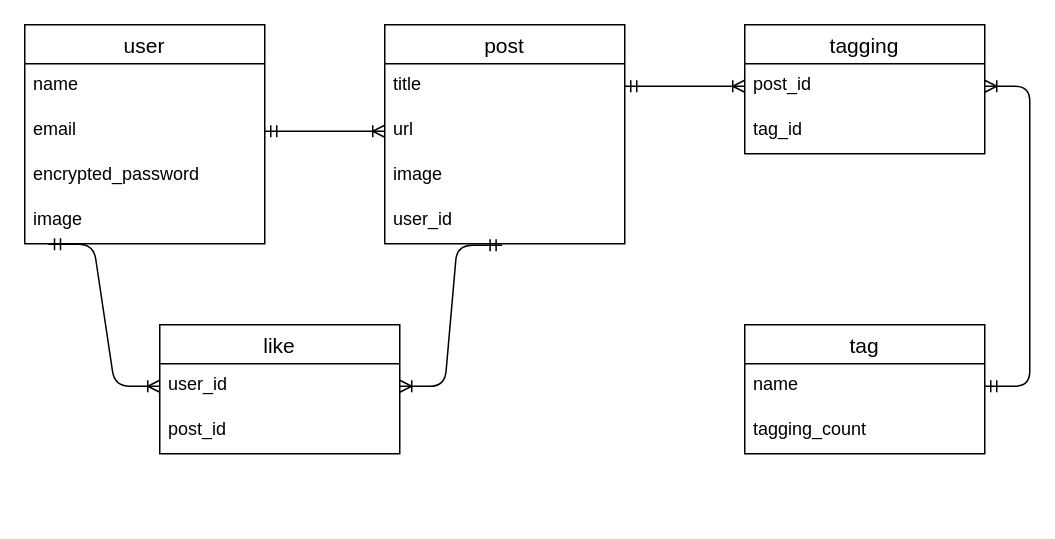
This is ER.dio from Suzun0suke/share_music, a draw.io file, before an edit. Source tidied: cells renumbered, new cells numbered last; positions are measured from the earlier drawing's top-left corner, leaving out a move shared by most shapes. Both pictures are drawn from the tidied source at 150%, with x=0, y=0 at pixel (24, 24).
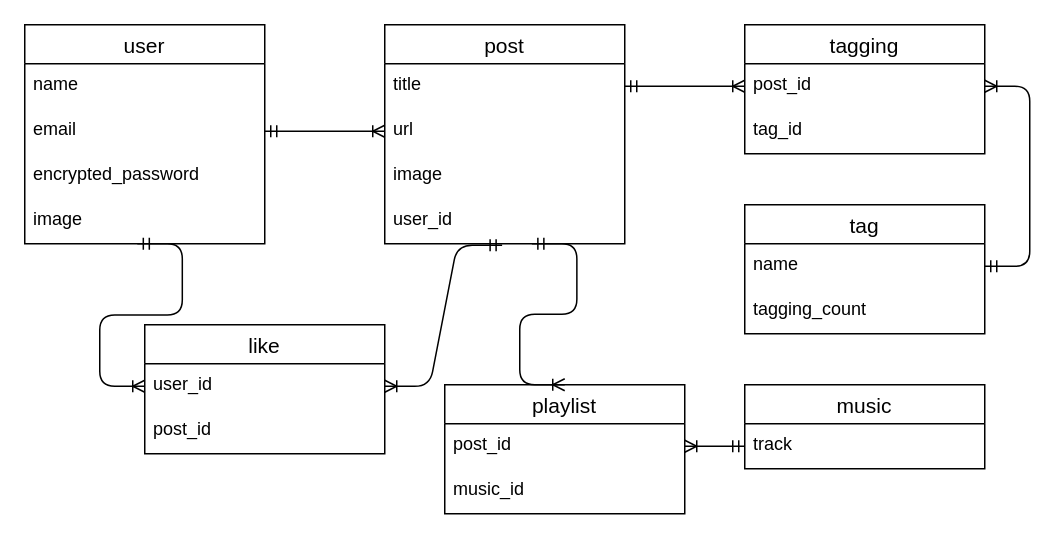
Above is the later version.

Commit message (it also covers changes not shown here):
ER図、ReadMe編集

The change refers to these unchanged cells:
```xml
<mxCell id="6" value="image" style="text;strokeColor=none;fillColor=none;spacingLeft=4;spacingRight=4;overflow=hidden;points=[[0,0.5],[1,0.5]];portConstraint=eastwest;fontSize=12;" parent="2" vertex="1">
  <mxGeometry y="116" width="160" height="30" as="geometry" />
</mxCell>
<mxCell id="11" value="user_id" style="text;strokeColor=none;fillColor=none;spacingLeft=4;spacingRight=4;overflow=hidden;points=[[0,0.5],[1,0.5]];portConstraint=eastwest;fontSize=12;" parent="7" vertex="1">
  <mxGeometry y="116" width="160" height="30" as="geometry" />
</mxCell>
<mxCell id="19" value="user_id" style="text;strokeColor=none;fillColor=none;spacingLeft=4;spacingRight=4;overflow=hidden;points=[[0,0.5],[1,0.5]];portConstraint=eastwest;fontSize=12;" parent="18" vertex="1">
  <mxGeometry y="26" width="160" height="30" as="geometry" />
</mxCell>
```

Diff of the diagram source:
```diff
@@
     <mxCell id="12" value="tag" style="swimlane;fontStyle=0;horizontal=1;startSize=26;align=center;fontSize=14;" parent="1" vertex="1">
-      <mxGeometry x="480" y="200" width="160" height="86" as="geometry" />
+      <mxGeometry x="480" y="120" width="160" height="86" as="geometry" />
     </mxCell>
@@
     <mxCell id="18" value="like" style="swimlane;fontStyle=0;horizontal=1;startSize=26;align=center;fontSize=14;" parent="1" vertex="1">
-      <mxGeometry x="90" y="200" width="160" height="86" as="geometry" />
+      <mxGeometry x="80" y="200" width="160" height="86" as="geometry" />
     </mxCell>
@@
-    <mxCell id="22" style="edgeStyle=entityRelationEdgeStyle;fontSize=12;html=1;endArrow=ERoneToMany;startArrow=ERmandOne;exitX=0.099;exitY=1.009;exitDx=0;exitDy=0;exitPerimeter=0;entryX=0;entryY=0.5;entryDx=0;entryDy=0;" parent="1" edge="1" source="6" target="19">
+    <mxCell id="22" style="edgeStyle=entityRelationEdgeStyle;fontSize=12;html=1;endArrow=ERoneToMany;startArrow=ERmandOne;exitX=0.469;exitY=1;exitDx=0;exitDy=0;exitPerimeter=0;entryX=0;entryY=0.5;entryDx=0;entryDy=0;" parent="1" edge="1" source="6" target="19">
       <mxGeometry relative="1" as="geometry" />
     </mxCell>
@@
+    <mxCell id="26" value="playlist" style="swimlane;fontStyle=0;horizontal=1;startSize=26;align=center;fontSize=14;" parent="1" vertex="1">
+      <mxGeometry x="280" y="240" width="160" height="86" as="geometry" />
+    </mxCell>
+    <mxCell id="27" value="post_id" style="text;strokeColor=none;fillColor=none;spacingLeft=4;spacingRight=4;overflow=hidden;points=[[0,0.5],[1,0.5]];portConstraint=eastwest;fontSize=12;" parent="26" vertex="1">
+      <mxGeometry y="26" width="160" height="30" as="geometry" />
+    </mxCell>
+    <mxCell id="28" value="music_id" style="text;strokeColor=none;fillColor=none;spacingLeft=4;spacingRight=4;overflow=hidden;fontSize=12;" parent="26" vertex="1">
+      <mxGeometry y="56" width="160" height="30" as="geometry" />
+    </mxCell>
+    <mxCell id="29" value="music" style="swimlane;fontStyle=0;horizontal=1;startSize=26;align=center;fontSize=14;" parent="1" vertex="1">
+      <mxGeometry x="480" y="240" width="160" height="56" as="geometry" />
+    </mxCell>
+    <mxCell id="30" value="track" style="text;strokeColor=none;fillColor=none;spacingLeft=4;spacingRight=4;overflow=hidden;points=[[0,0.5],[1,0.5]];portConstraint=eastwest;fontSize=12;" parent="29" vertex="1">
+      <mxGeometry y="26" width="160" height="30" as="geometry" />
+    </mxCell>
+    <mxCell id="31" style="edgeStyle=entityRelationEdgeStyle;fontSize=12;html=1;endArrow=ERoneToMany;startArrow=ERmandOne;exitX=0.613;exitY=1;exitDx=0;exitDy=0;entryX=0.5;entryY=0;entryDx=0;entryDy=0;exitPerimeter=0;" parent="1" edge="1" source="11" target="26">
+      <mxGeometry relative="1" as="geometry" />
+    </mxCell>
+    <mxCell id="32" style="edgeStyle=entityRelationEdgeStyle;fontSize=12;html=1;endArrow=ERoneToMany;startArrow=ERmandOne;entryX=1;entryY=0.5;entryDx=0;entryDy=0;exitX=0;exitY=0.5;exitDx=0;exitDy=0;" parent="1" edge="1" source="30" target="27">
+      <mxGeometry relative="1" as="geometry" />
+    </mxCell>
```
